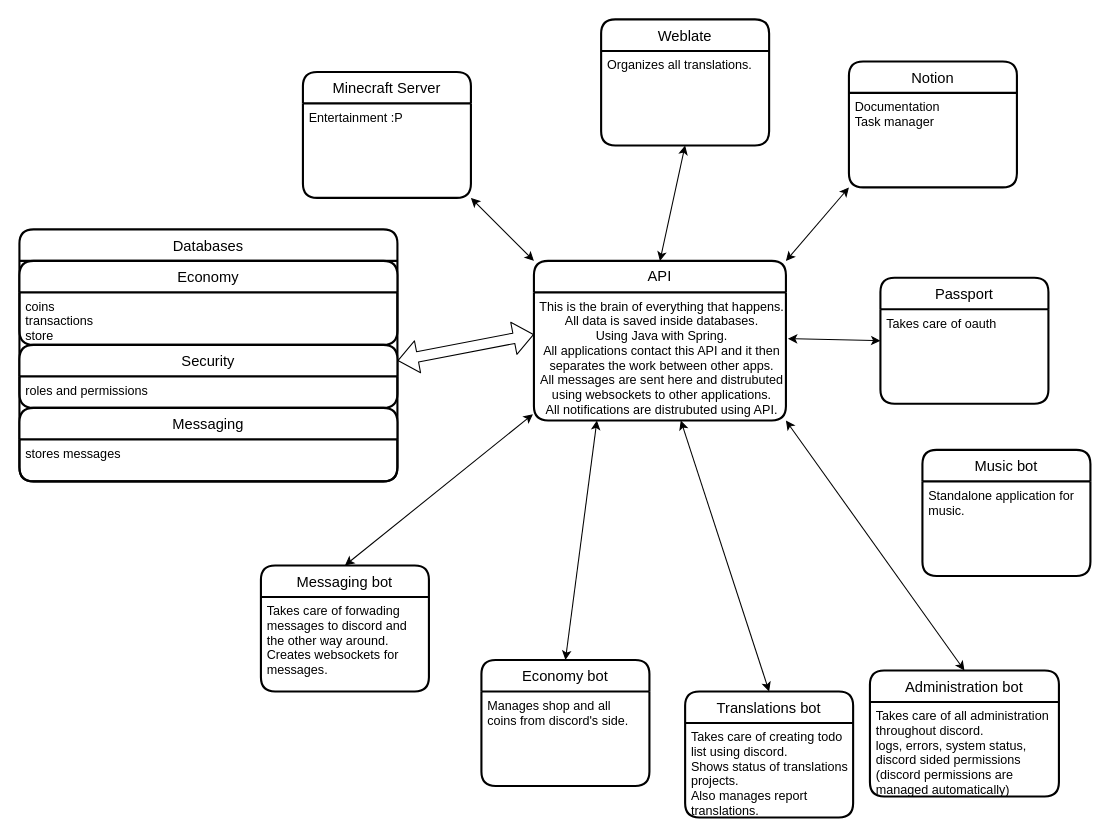
The draw.io diagram Infrastructure.drawio in maxa-ondrej/flowcharts, before the edit. Source tidied: cells renumbered, new cells numbered last; positions are measured from the earlier drawing's top-left corner, leaving out a move shared by most shapes. Both pictures are drawn from the tidied source at 105%, with x=0, y=0 at pixel (19, 19).
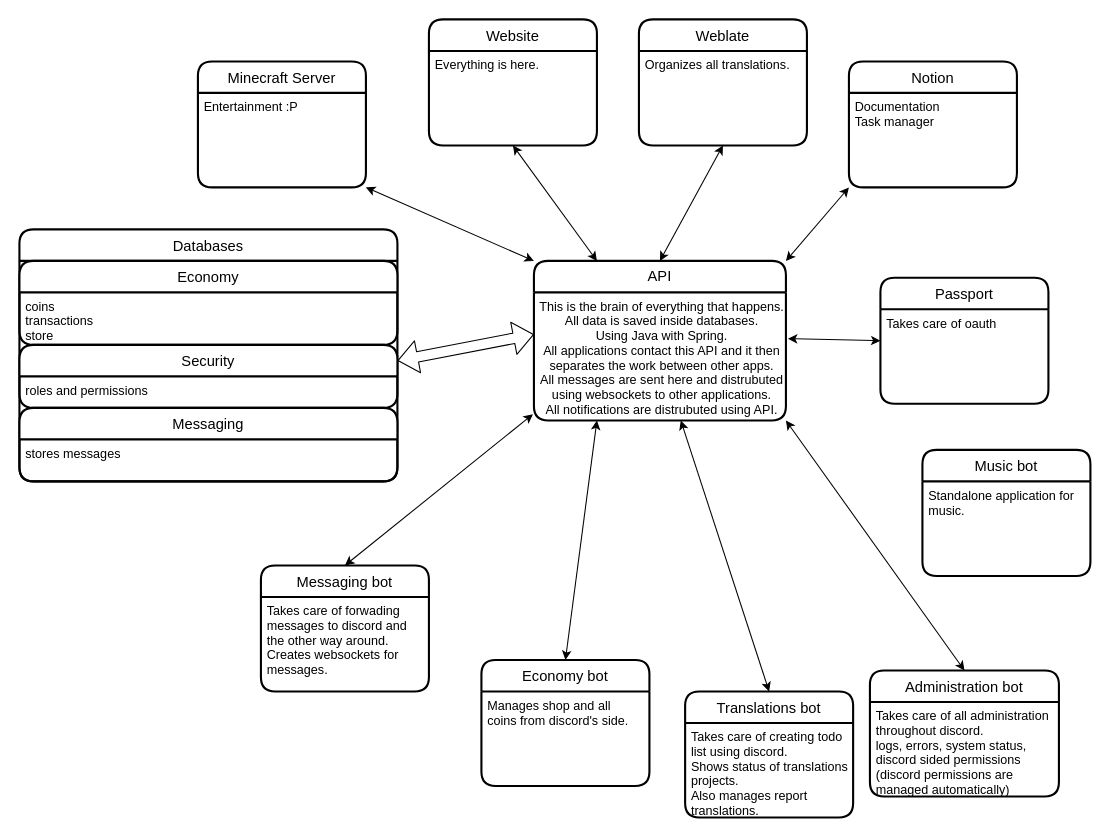
After the change.

Unchanged cells that the change refers to:
```xml
<mxCell id="2" value="API" style="swimlane;horizontal=1;startSize=30;rounded=1;fontSize=14;fontStyle=0;strokeWidth=2;shadow=0;dashed=0;align=center;whiteSpace=wrap;verticalAlign=middle;" parent="1" vertex="1">
  <mxGeometry x="490" y="230" width="240" height="152" as="geometry" />
</mxCell>
```

Change to the diagram source:
```diff
@@
     <mxCell id="4" value="Minecraft Server" style="swimlane;horizontal=1;startSize=30;rounded=1;fontSize=14;fontStyle=0;strokeWidth=2;shadow=0;dashed=0;align=center;html=0;" parent="1" vertex="1">
-      <mxGeometry x="270" y="50" width="160" height="120" as="geometry" />
+      <mxGeometry x="170" y="40" width="160" height="120" as="geometry" />
     </mxCell>
@@
     <mxCell id="7" value="Weblate" style="swimlane;horizontal=1;startSize=30;rounded=1;fontSize=14;fontStyle=0;strokeWidth=2;shadow=0;dashed=0;align=center;html=0;" parent="1" vertex="1">
-      <mxGeometry x="554" width="160" height="120" as="geometry" />
+      <mxGeometry x="590" width="160" height="120" as="geometry" />
     </mxCell>
@@
+    <mxCell id="38" value="Website" style="swimlane;horizontal=1;startSize=30;rounded=1;fontSize=14;fontStyle=0;strokeWidth=2;shadow=0;dashed=0;align=center;html=0;" parent="1" vertex="1">
+      <mxGeometry x="390" width="160" height="120" as="geometry" />
+    </mxCell>
+    <mxCell id="39" value="Everything is here." style="align=left;strokeColor=none;fillColor=none;spacingLeft=4;fontSize=12;verticalAlign=top;" parent="38" vertex="1">
+      <mxGeometry y="30" width="160" height="90" as="geometry" />
+    </mxCell>
+    <mxCell id="40" style="endArrow=classic;startArrow=classic;html=1;entryX=0.5;entryY=1;entryDx=0;entryDy=0;exitX=0.25;exitY=0;exitDx=0;exitDy=0;" parent="1" edge="1" source="2" target="39">
+      <mxGeometry relative="1" as="geometry" />
+    </mxCell>
```
